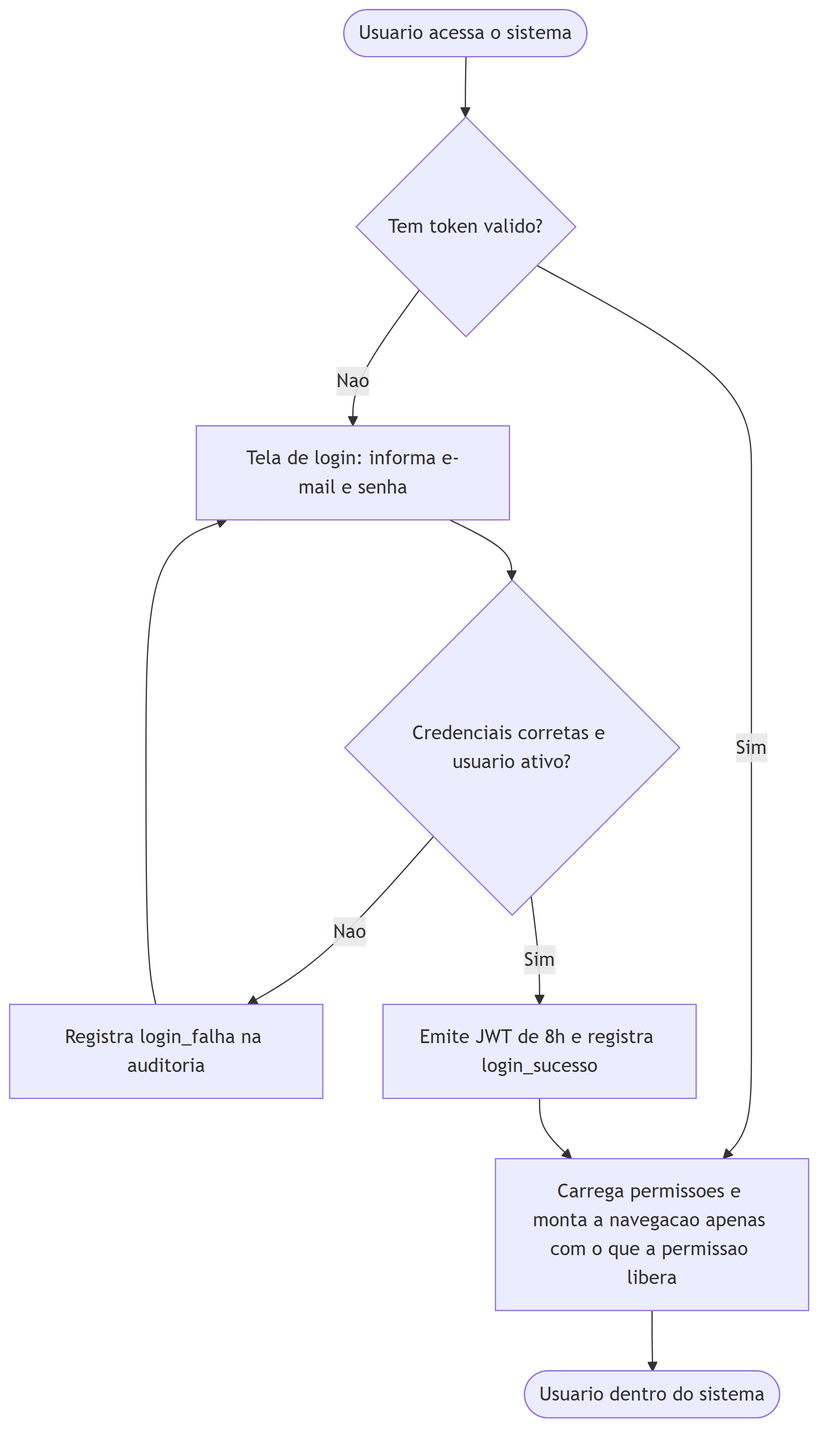
This is docs/diagramas/png/ativ-autenticacao.png from bebberjoao/RoosterOneBackend, a Mermaid export, as it was before one commit. Its source is kept beside it as docs/diagramas/src/ativ-autenticacao.mmd.
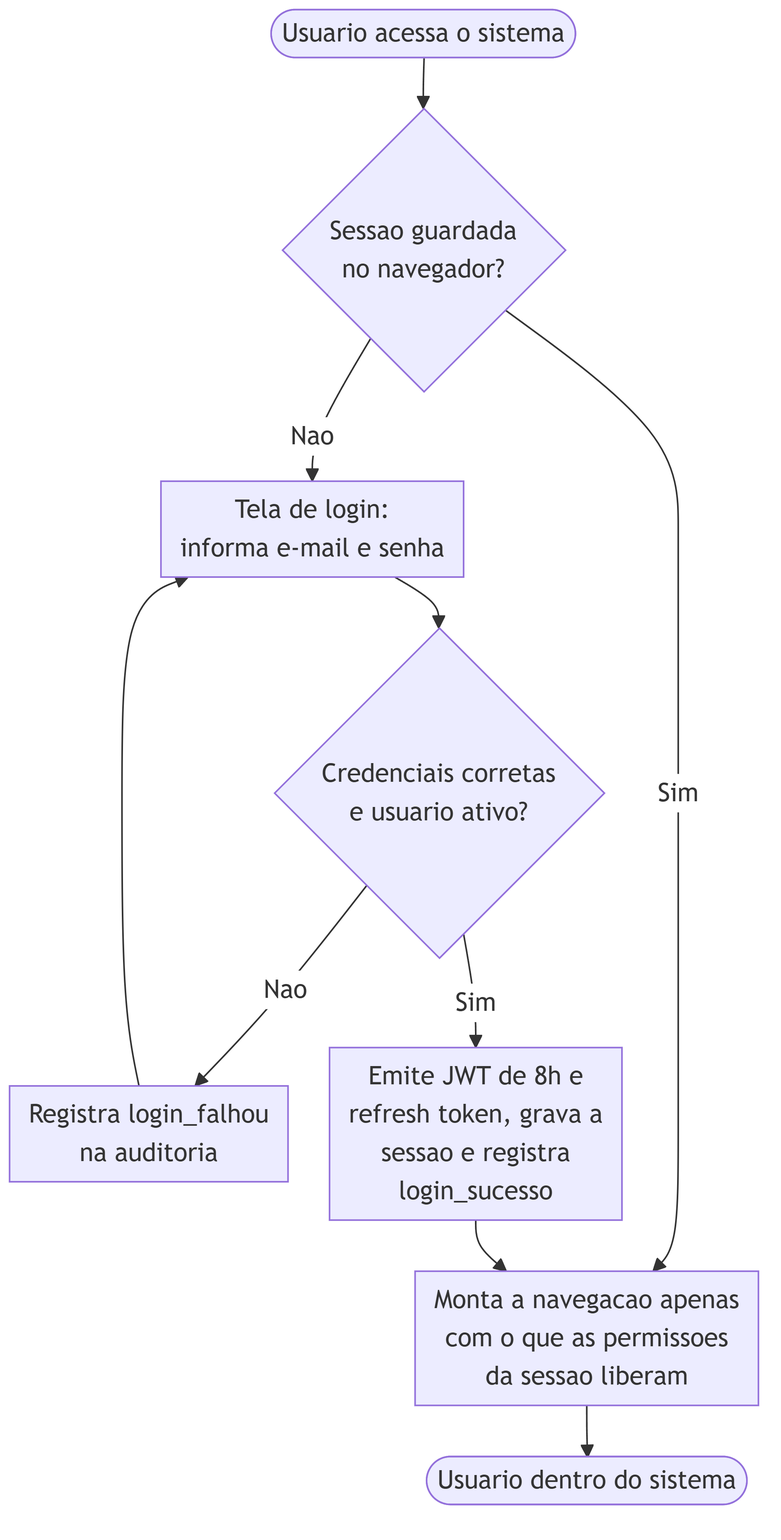
Above is the later version.

Change to the diagram source:
```diff
@@ -1,10 +1,11 @@
+%%{init: {"flowchart":{"nodeSpacing":26,"rankSpacing":32,"padding":6,"diagramPadding":6}}}%%
 flowchart TD
-  A([Usuario acessa o sistema]) --> B{"Tem token valido?"}
-  B -->|Nao| C["Tela de login: informa e-mail e senha"]
-  C --> D{"Credenciais corretas e usuario ativo?"}
-  D -->|Nao| E["Registra login_falha na auditoria"]
+  A([Usuario acessa o sistema]) --> B{"Sessao guardada<br/>no navegador?"}
+  B -->|Nao| C["Tela de login:<br/>informa e-mail e senha"]
+  C --> D{"Credenciais corretas<br/>e usuario ativo?"}
+  D -->|Nao| E["Registra login_falhou<br/>na auditoria"]
   E --> C
-  D -->|Sim| F["Emite JWT de 8h e registra login_sucesso"]
-  B -->|Sim| G["Carrega permissoes e monta a navegacao apenas com o que a permissao libera"]
+  D -->|Sim| F["Emite JWT de 8h e<br/>refresh token, grava a<br/>sessao e registra<br/>login_sucesso"]
+  B -->|Sim| G["Monta a navegacao apenas<br/>com o que as permissoes<br/>da sessao liberam"]
   F --> G
   G --> H([Usuario dentro do sistema])
```
